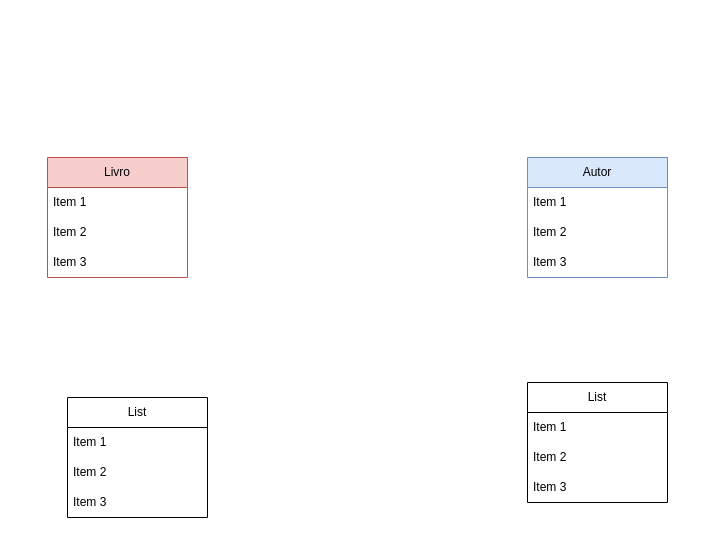
Above: UML-ANHANGUERA.drawio in perseul/draw.io (draw.io), before the change. Source tidied: cells renumbered, new cells numbered last; positions are measured from the earlier drawing's top-left corner, leaving out a move shared by most shapes. Both pictures are drawn from the tidied source at 100%, with x=0, y=0 at pixel (47, 157).
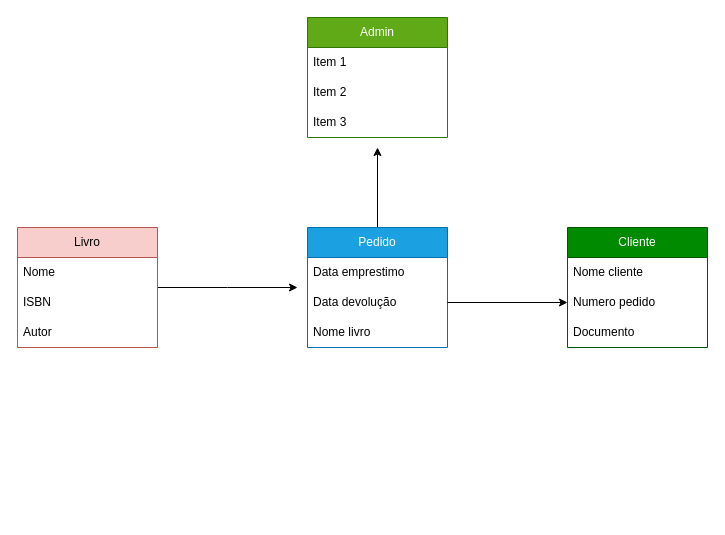
Above is the later version.

Change to the diagram source:
```diff
@@
+    <mxCell id="18" style="edgeStyle=orthogonalEdgeStyle;rounded=0;jettySize=auto;html=1;" parent="1" edge="1" source="2">
+      <mxGeometry relative="1" as="geometry">
+        <mxPoint x="250" y="130" as="targetPoint" />
+      </mxGeometry>
+    </mxCell>
     <mxCell id="2" value="Livro" style="swimlane;fontStyle=0;horizontal=1;startSize=30;whiteSpace=wrap;html=1;fillColor=#f8cecc;strokeColor=#b85450;" parent="1" vertex="1">
-      <mxGeometry width="140" height="120" as="geometry" />
+      <mxGeometry x="-30" y="70" width="140" height="120" as="geometry" />
     </mxCell>
-    <mxCell id="3" value="Item 1" style="text;strokeColor=none;fillColor=none;align=left;verticalAlign=middle;spacingLeft=4;spacingRight=4;overflow=hidden;whiteSpace=wrap;html=1;" parent="2" vertex="1">
-      <mxGeometry y="30" width="140" height="30" as="geometry" />
-    </mxCell>
-    <mxCell id="4" value="Item 2" style="text;strokeColor=none;fillColor=none;align=left;verticalAlign=middle;spacingLeft=4;spacingRight=4;overflow=hidden;whiteSpace=wrap;html=1;" parent="2" vertex="1">
-      <mxGeometry y="60" width="140" height="30" as="geometry" />
+    <mxCell id="4" value="Nome" style="text;strokeColor=none;fillColor=none;align=left;verticalAlign=middle;spacingLeft=4;spacingRight=4;overflow=hidden;whiteSpace=wrap;html=1;" parent="2" vertex="1">
+      <mxGeometry y="30" width="140" height="30" as="geometry" />
     </mxCell>
-    <mxCell id="5" value="Item 3" style="text;strokeColor=none;fillColor=none;align=left;verticalAlign=middle;spacingLeft=4;spacingRight=4;overflow=hidden;whiteSpace=wrap;html=1;" parent="2" vertex="1">
-      <mxGeometry y="90" width="140" height="30" as="geometry" />
+    <mxCell id="5" value="ISBN" style="text;strokeColor=none;fillColor=none;align=left;verticalAlign=middle;spacingLeft=4;spacingRight=4;overflow=hidden;whiteSpace=wrap;html=1;" parent="2" vertex="1">
+      <mxGeometry y="60" width="140" height="30" as="geometry" />
     </mxCell>
+    <mxCell id="19" value="Autor" style="text;strokeColor=none;fillColor=none;align=left;verticalAlign=middle;spacingLeft=4;spacingRight=4;overflow=hidden;whiteSpace=wrap;html=1;" parent="2" vertex="1">
+      <mxGeometry y="90" width="140" height="30" as="geometry" />
+    </mxCell>
+    <mxCell id="20" style="edgeStyle=orthogonalEdgeStyle;rounded=0;jettySize=auto;html=1;exitX=0.5;exitY=0;exitDx=0;exitDy=0;" parent="1" edge="1" source="6">
+      <mxGeometry relative="1" as="geometry">
+        <mxPoint x="330" y="-10" as="targetPoint" />
+      </mxGeometry>
+    </mxCell>
-    <mxCell id="6" value="Autor" style="swimlane;fontStyle=0;horizontal=1;startSize=30;whiteSpace=wrap;html=1;fillColor=#dae8fc;strokeColor=#6c8ebf;" parent="1" vertex="1">
-      <mxGeometry x="480" width="140" height="120" as="geometry" />
+    <mxCell id="6" value="Pedido" style="swimlane;fontStyle=0;horizontal=1;startSize=30;whiteSpace=wrap;html=1;fillColor=#1ba1e2;strokeColor=#006EAF;fontColor=#ffffff;" parent="1" vertex="1">
+      <mxGeometry x="260" y="70" width="140" height="120" as="geometry" />
     </mxCell>
-    <mxCell id="7" value="Item 1" style="text;strokeColor=none;fillColor=none;align=left;verticalAlign=middle;spacingLeft=4;spacingRight=4;overflow=hidden;whiteSpace=wrap;html=1;" parent="6" vertex="1">
+    <mxCell id="7" value="Data emprestimo" style="text;strokeColor=none;fillColor=none;align=left;verticalAlign=middle;spacingLeft=4;spacingRight=4;overflow=hidden;whiteSpace=wrap;html=1;" parent="6" vertex="1">
       <mxGeometry y="30" width="140" height="30" as="geometry" />
     </mxCell>
-    <mxCell id="8" value="Item 2" style="text;strokeColor=none;fillColor=none;align=left;verticalAlign=middle;spacingLeft=4;spacingRight=4;overflow=hidden;points=[[0,0.5],[1,0.5]];portConstraint=eastwest;whiteSpace=wrap;html=1;" parent="6" vertex="1">
+    <mxCell id="8" value="Data devolução" style="text;strokeColor=none;fillColor=none;align=left;verticalAlign=middle;spacingLeft=4;spacingRight=4;overflow=hidden;points=[[0,0.5],[1,0.5]];portConstraint=eastwest;whiteSpace=wrap;html=1;" parent="6" vertex="1">
       <mxGeometry y="60" width="140" height="30" as="geometry" />
     </mxCell>
-    <mxCell id="9" value="Item 3" style="text;strokeColor=none;fillColor=none;align=left;verticalAlign=middle;spacingLeft=4;spacingRight=4;overflow=hidden;whiteSpace=wrap;html=1;" parent="6" vertex="1">
+    <mxCell id="9" value="Nome livro" style="text;strokeColor=none;fillColor=none;align=left;verticalAlign=middle;spacingLeft=4;spacingRight=4;overflow=hidden;whiteSpace=wrap;html=1;" parent="6" vertex="1">
       <mxGeometry y="90" width="140" height="30" as="geometry" />
     </mxCell>
-    <mxCell id="10" value="List" style="swimlane;fontStyle=0;horizontal=1;startSize=30;whiteSpace=wrap;html=1;" parent="1" vertex="1">
-      <mxGeometry x="20" y="240" width="140" height="120" as="geometry" />
+    <mxCell id="10" value="Cliente" style="swimlane;fontStyle=0;horizontal=1;startSize=30;whiteSpace=wrap;html=1;fillColor=#008a00;fontColor=#ffffff;strokeColor=#005700;" parent="1" vertex="1">
+      <mxGeometry x="520" y="70" width="140" height="120" as="geometry" />
     </mxCell>
-    <mxCell id="11" value="Item 1" style="text;strokeColor=none;fillColor=none;align=left;verticalAlign=middle;spacingLeft=4;spacingRight=4;overflow=hidden;whiteSpace=wrap;html=1;" parent="10" vertex="1">
+    <mxCell id="11" value="Nome cliente" style="text;strokeColor=none;fillColor=none;align=left;verticalAlign=middle;spacingLeft=4;spacingRight=4;overflow=hidden;whiteSpace=wrap;html=1;" parent="10" vertex="1">
       <mxGeometry y="30" width="140" height="30" as="geometry" />
     </mxCell>
-    <mxCell id="12" value="Item 2" style="text;strokeColor=none;fillColor=none;align=left;verticalAlign=middle;spacingLeft=4;spacingRight=4;overflow=hidden;points=[[0,0.5],[1,0.5]];portConstraint=eastwest;whiteSpace=wrap;html=1;" parent="10" vertex="1">
+    <mxCell id="12" value="Numero pedido" style="text;strokeColor=none;fillColor=none;align=left;verticalAlign=middle;spacingLeft=4;spacingRight=4;overflow=hidden;points=[[0,0.5],[1,0.5]];portConstraint=eastwest;whiteSpace=wrap;html=1;" parent="10" vertex="1">
       <mxGeometry y="60" width="140" height="30" as="geometry" />
     </mxCell>
-    <mxCell id="13" value="Item 3" style="text;strokeColor=none;fillColor=none;align=left;verticalAlign=middle;spacingLeft=4;spacingRight=4;overflow=hidden;whiteSpace=wrap;html=1;" parent="10" vertex="1">
+    <mxCell id="13" value="Documento" style="text;strokeColor=none;fillColor=none;align=left;verticalAlign=middle;spacingLeft=4;spacingRight=4;overflow=hidden;whiteSpace=wrap;html=1;" parent="10" vertex="1">
       <mxGeometry y="90" width="140" height="30" as="geometry" />
     </mxCell>
-    <mxCell id="14" value="List" style="swimlane;fontStyle=0;horizontal=1;startSize=30;whiteSpace=wrap;html=1;" parent="1" vertex="1">
-      <mxGeometry x="480" y="225" width="140" height="120" as="geometry" />
+    <mxCell id="14" value="Admin" style="swimlane;fontStyle=0;horizontal=1;startSize=30;whiteSpace=wrap;html=1;fillColor=#60a917;fontColor=#ffffff;strokeColor=#2D7600;" parent="1" vertex="1">
+      <mxGeometry x="260" y="-140" width="140" height="120" as="geometry" />
     </mxCell>
@@
+    <mxCell id="21" style="edgeStyle=orthogonalEdgeStyle;rounded=0;jettySize=auto;html=1;exitX=1;exitY=0.5;exitDx=0;exitDy=0;entryX=0;entryY=0.5;entryDx=0;entryDy=0;" parent="1" edge="1" source="8" target="12">
+      <mxGeometry relative="1" as="geometry" />
+    </mxCell>
```
